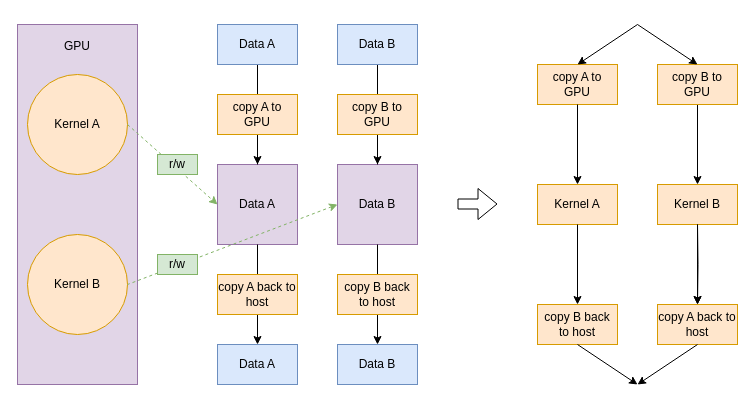
This is Lesson_Materials/Lecture_10_Data_and_Dependencies/concurrent_data_flow.drawio from codeplaysoftware/syclacademy, a draw.io file, before an edit. Source tidied: cells renumbered, new cells numbered last; positions are measured from the earlier drawing's top-left corner, leaving out a move shared by most shapes. Both pictures are drawn from the tidied source at 100%, with x=0, y=0 at pixel (17, 24).
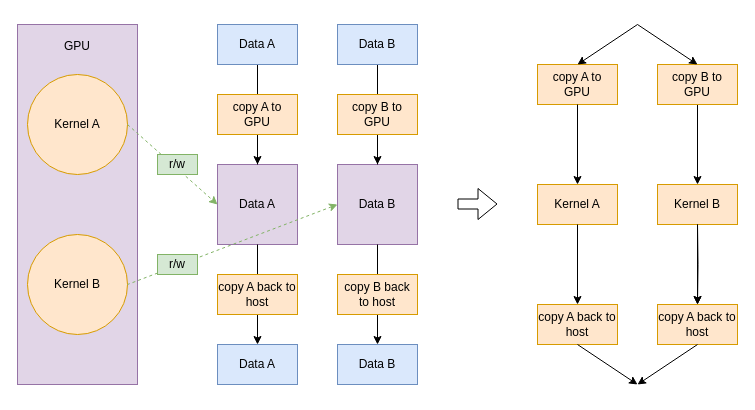
The same page after the edit.

Commit message (it also covers changes not shown here):
Updating errors found in diagrams

The edit, as a diff of the source:
```diff
@@
-    <mxCell id="20" value="copy B back to host" style="text;html=1;strokeColor=#d79b00;fillColor=#ffe6cc;align=center;verticalAlign=middle;whiteSpace=wrap;rounded=0;" parent="1" vertex="1">
+    <mxCell id="20" value="copy A back to host" style="text;html=1;strokeColor=#d79b00;fillColor=#ffe6cc;align=center;verticalAlign=middle;whiteSpace=wrap;rounded=0;" parent="1" vertex="1">
       <mxGeometry x="520" y="280" width="80" height="40" as="geometry" />
     </mxCell>
```
